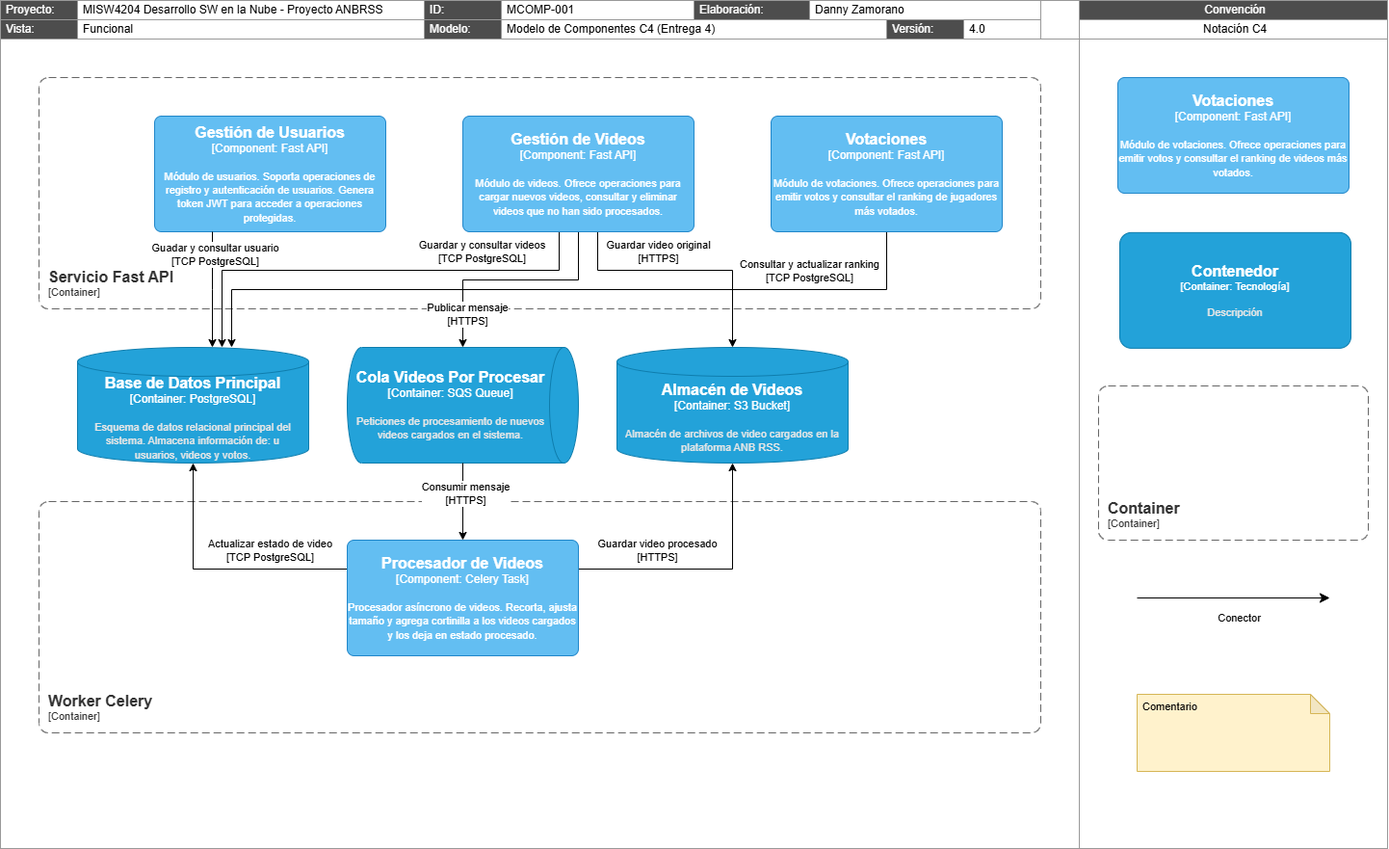
leonelparrales22/ANB-Rising-Stars-Showcase keeps this draw.io diagram as docs/Entrega4/diagrama-componentes.png. Above is the earlier version. Source tidied: cells renumbered, new cells last; positions are measured from the earlier drawing's top-left corner, leaving out a move shared by most shapes.
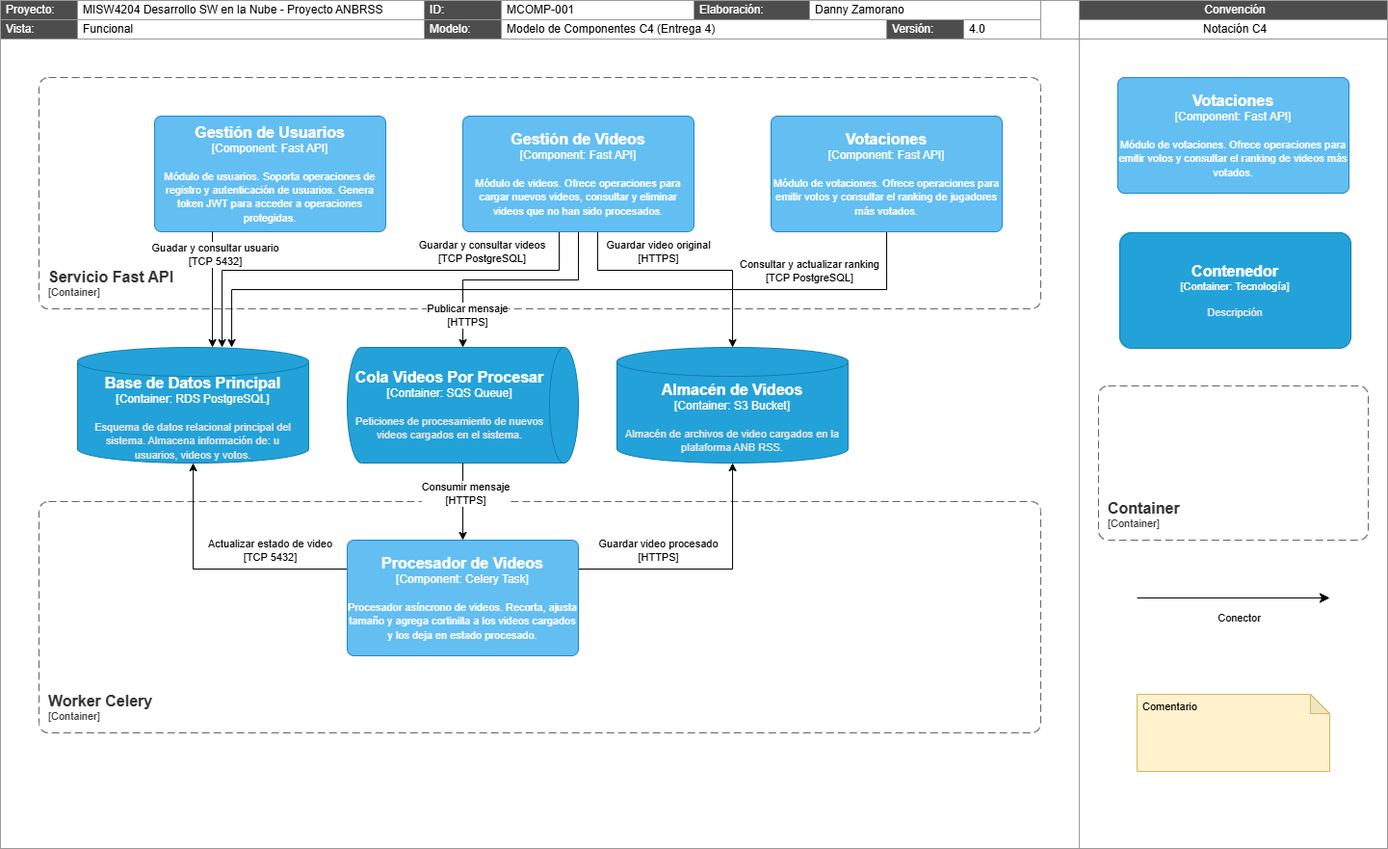
Above is the later version.

Commit message:
[feature/docs-diagrams-e4] Actualización diagramas arquitectura entrega 4.

What changed in the source:
```diff
@@ -166,10 +166,10 @@
         </Array>
       </mxGeometry>
     </mxCell>
-    <mxCell id="40" value="&lt;div&gt;Guadar y consultar usuario&lt;/div&gt;[TCP PostgreSQL]" style="edgeLabel;html=1;align=center;verticalAlign=middle;" parent="39" vertex="1">
+    <mxCell id="40" value="&lt;div&gt;Guadar y consultar usuario&lt;/div&gt;[TCP 5432]" style="edgeLabel;html=1;align=center;verticalAlign=middle;" parent="39" vertex="1">
       <mxGeometry x="-0.61" y="2" relative="1" as="geometry" />
     </mxCell>
-    <object id="41" label="&lt;font style=&quot;font-size: 16px&quot;&gt;&lt;b&gt;%c4Name%&lt;/b&gt;&lt;/font&gt;&lt;div&gt;[%c4Type%:&amp;nbsp;%c4Technology%]&lt;/div&gt;&lt;br&gt;&lt;div&gt;&lt;font style=&quot;font-size: 11px&quot;&gt;&lt;font color=&quot;#E6E6E6&quot;&gt;%c4Description%&lt;/font&gt;&lt;/div&gt;" c4Description="Esquema de datos relacional principal del sistema. Almacena información de: u&#10;usuarios, videos y votos." c4Name="Base de Datos Principal" c4Technology="PostgreSQL" c4Type="Container" placeholders="1">
+    <object id="41" label="&lt;font style=&quot;font-size: 16px&quot;&gt;&lt;b&gt;%c4Name%&lt;/b&gt;&lt;/font&gt;&lt;div&gt;[%c4Type%:&amp;nbsp;%c4Technology%]&lt;/div&gt;&lt;br&gt;&lt;div&gt;&lt;font style=&quot;font-size: 11px&quot;&gt;&lt;font color=&quot;#E6E6E6&quot;&gt;%c4Description%&lt;/font&gt;&lt;/div&gt;" c4Description="Esquema de datos relacional principal del sistema. Almacena información de: u&#10;usuarios, videos y votos." c4Name="Base de Datos Principal" c4Technology="RDS PostgreSQL" c4Type="Container" placeholders="1">
       <mxCell style="shape=cylinder3;size=15;whiteSpace=wrap;html=1;boundedLbl=1;rounded=0;labelBackgroundColor=none;fillColor=#23A2D9;fontSize=12;fontColor=#ffffff;align=center;strokeColor=#0E7DAD;points=[[0.5,0,0],[1,0.25,0],[1,0.5,0],[1,0.75,0],[0.5,1,0],[0,0.75,0],[0,0.5,0],[0,0.25,0]];" parent="25" vertex="1">
         <mxGeometry x="80" y="360" width="240" height="120" as="geometry" />
       </mxCell>
@@ -187,7 +187,7 @@
     <mxCell id="44" style="edgeStyle=orthogonalEdgeStyle;rounded=0;jettySize=auto;html=1;exitX=0;exitY=0.25;exitDx=0;exitDy=0;exitPerimeter=0;" parent="25" edge="1" source="48" target="41">
       <mxGeometry relative="1" as="geometry" />
     </mxCell>
-    <mxCell id="45" value="&lt;div&gt;Actualizar estado de video&lt;/div&gt;[TCP PostgreSQL]" style="edgeLabel;html=1;align=center;verticalAlign=middle;" parent="44" vertex="1">
+    <mxCell id="45" value="&lt;div&gt;Actualizar estado de video&lt;/div&gt;[TCP 5432]" style="edgeLabel;html=1;align=center;verticalAlign=middle;" parent="44" vertex="1">
       <mxGeometry x="-0.33" y="1" relative="1" as="geometry">
         <mxPoint x="10" y="-21" as="offset" />
       </mxGeometry>
```
